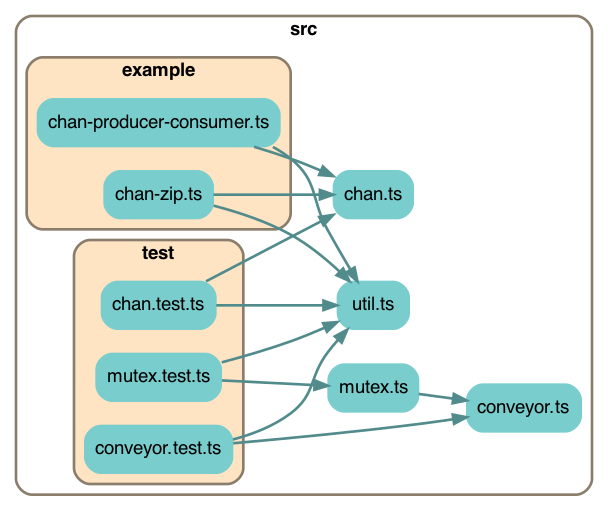
The Graphviz diagram depchart/depchart-all.png in cinnamon-bun/concurrency-friends, before a commit. Its source is kept beside it as depchart/depchart-all.dot. The source it was exported from:
```dot
digraph G {
    splines=true;
    rankdir=LR;
    compound=true;
    graph [fontname = "helvetica"];  // dpi=72
    node [fontname = "helvetica"];
    edge [fontname = "helvetica"];


    subgraph cluster2843651513 {
        label=<<b>src</b>>;
        style="rounded";
        color=bisque4;
        penwidth=2;

        "src/chan.ts" [label="chan.ts", shape=rectangle; style="rounded,filled"; color=darkslategray3];
        "src/conveyor.ts" [label="conveyor.ts", shape=rectangle; style="rounded,filled"; color=darkslategray3];
        "src/mutex.ts" [label="mutex.ts", shape=rectangle; style="rounded,filled"; color=darkslategray3];
        "src/util.ts" [label="util.ts", shape=rectangle; style="rounded,filled"; color=darkslategray3];

        subgraph cluster6036122416 {
            label=<<b>example</b>>;
            style="rounded,filled";
            fillcolor=bisque;
            color=bisque4;
            penwidth=2;

            "src/example/chan-producer-consumer.ts" [label="chan-producer-consumer.ts", shape=rectangle; style="rounded,filled"; color=darkslategray3];
            "src/example/chan-zip.ts" [label="chan-zip.ts", shape=rectangle; style="rounded,filled"; color=darkslategray3];
        }

        subgraph cluster912766182 {
            label=<<b>test</b>>;
            style="rounded,filled";
            fillcolor=bisque;
            color=bisque4;
            penwidth=2;

            "src/test/chan.test.ts" [label="chan.test.ts", shape=rectangle; style="rounded,filled"; color=darkslategray3];
            "src/test/conveyor.test.ts" [label="conveyor.test.ts", shape=rectangle; style="rounded,filled"; color=darkslategray3];
            "src/test/mutex.test.ts" [label="mutex.test.ts", shape=rectangle; style="rounded,filled"; color=darkslategray3];
        }
    }

    "src/example/chan-producer-consumer.ts" -> "src/chan.ts" [penwidth=2; color=darkslategray4];
    "src/example/chan-producer-consumer.ts" -> "src/util.ts" [penwidth=2; color=darkslategray4];
    "src/example/chan-zip.ts" -> "src/chan.ts" [penwidth=2; color=darkslategray4];
    "src/example/chan-zip.ts" -> "src/util.ts" [penwidth=2; color=darkslategray4];
    "src/mutex.ts" -> "src/conveyor.ts" [penwidth=2; color=darkslategray4];
    "src/test/chan.test.ts" -> "src/chan.ts" [penwidth=2; color=darkslategray4];
    "src/test/chan.test.ts" -> "src/util.ts" [penwidth=2; color=darkslategray4];
    "src/test/conveyor.test.ts" -> "src/conveyor.ts" [penwidth=2; color=darkslategray4];
    "src/test/conveyor.test.ts" -> "src/util.ts" [penwidth=2; color=darkslategray4];
    "src/test/mutex.test.ts" -> "src/mutex.ts" [penwidth=2; color=darkslategray4];
    "src/test/mutex.test.ts" -> "src/util.ts" [penwidth=2; color=darkslategray4];

}
```
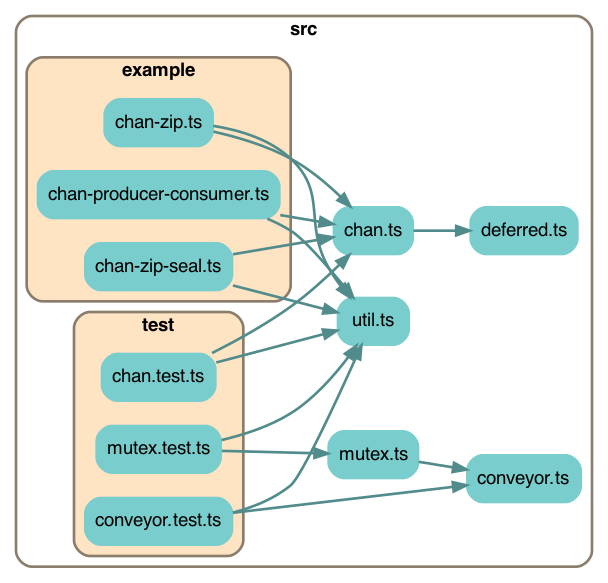
After the change.

Commit message:
depchart for new chan

The edit, as a diff of the source:
```diff
@@ -7,7 +7,7 @@
     edge [fontname = "helvetica"];
 
 
-    subgraph cluster2843651513 {
+    subgraph cluster1055115927 {
         label=<<b>src</b>>;
         style="rounded";
         color=bisque4;
@@ -15,10 +15,11 @@
 
         "src/chan.ts" [label="chan.ts", shape=rectangle; style="rounded,filled"; color=darkslategray3];
         "src/conveyor.ts" [label="conveyor.ts", shape=rectangle; style="rounded,filled"; color=darkslategray3];
+        "src/deferred.ts" [label="deferred.ts", shape=rectangle; style="rounded,filled"; color=darkslategray3];
         "src/mutex.ts" [label="mutex.ts", shape=rectangle; style="rounded,filled"; color=darkslategray3];
         "src/util.ts" [label="util.ts", shape=rectangle; style="rounded,filled"; color=darkslategray3];
 
-        subgraph cluster6036122416 {
+        subgraph cluster640717230 {
             label=<<b>example</b>>;
             style="rounded,filled";
             fillcolor=bisque;
@@ -26,10 +27,11 @@
             penwidth=2;
 
             "src/example/chan-producer-consumer.ts" [label="chan-producer-consumer.ts", shape=rectangle; style="rounded,filled"; color=darkslategray3];
+            "src/example/chan-zip-seal.ts" [label="chan-zip-seal.ts", shape=rectangle; style="rounded,filled"; color=darkslategray3];
             "src/example/chan-zip.ts" [label="chan-zip.ts", shape=rectangle; style="rounded,filled"; color=darkslategray3];
         }
 
-        subgraph cluster912766182 {
+        subgraph cluster3159672447 {
             label=<<b>test</b>>;
             style="rounded,filled";
             fillcolor=bisque;
@@ -42,8 +44,11 @@
         }
     }
 
+    "src/chan.ts" -> "src/deferred.ts" [penwidth=2; color=darkslategray4];
     "src/example/chan-producer-consumer.ts" -> "src/chan.ts" [penwidth=2; color=darkslategray4];
     "src/example/chan-producer-consumer.ts" -> "src/util.ts" [penwidth=2; color=darkslategray4];
+    "src/example/chan-zip-seal.ts" -> "src/chan.ts" [penwidth=2; color=darkslategray4];
+    "src/example/chan-zip-seal.ts" -> "src/util.ts" [penwidth=2; color=darkslategray4];
     "src/example/chan-zip.ts" -> "src/chan.ts" [penwidth=2; color=darkslategray4];
     "src/example/chan-zip.ts" -> "src/util.ts" [penwidth=2; color=darkslategray4];
     "src/mutex.ts" -> "src/conveyor.ts" [penwidth=2; color=darkslategray4];
```
